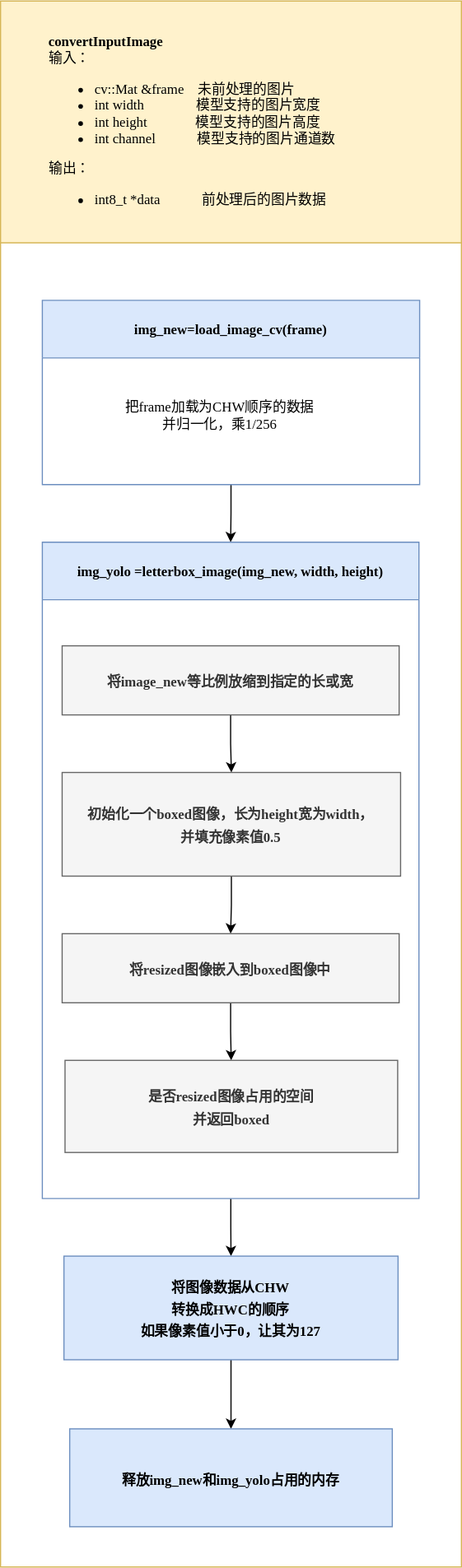
This is convertInputImage.svg from jerly-hjzhou/flowchart, a draw.io export, as it was before one commit. Source tidied: cells renumbered, new cells last; positions are measured from the earlier drawing's top-left corner, leaving out a move shared by most shapes.
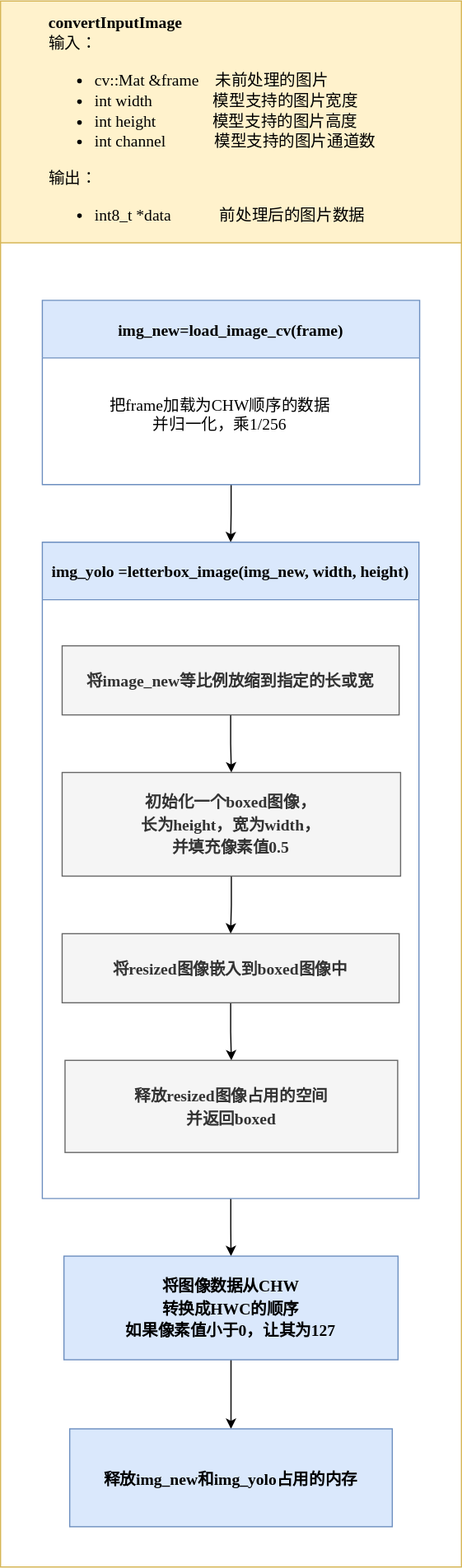
Later version of the same file.

Change to the diagram source:
```diff
@@ -8,49 +8,49 @@
     <mxCell id="3" style="edgeStyle=orthogonalEdgeStyle;rounded=0;jettySize=auto;html=1;entryX=0.5;entryY=0;entryDx=0;entryDy=0;" parent="2" edge="1" source="4" target="8">
       <mxGeometry relative="1" as="geometry" />
     </mxCell>
-    <mxCell id="4" value="img_new=load_image_cv(frame)" style="swimlane;fontFamily=Times New Roman;fontSize=12;startSize=50;fillColor=#dae8fc;strokeColor=#6c8ebf;" parent="2" vertex="1">
+    <mxCell id="4" value="img_new=load_image_cv(frame)" style="swimlane;fontFamily=Times New Roman;fontSize=14;startSize=50;fillColor=#dae8fc;strokeColor=#6c8ebf;" parent="2" vertex="1">
       <mxGeometry x="36.2" y="260" width="327.5" height="160" as="geometry" />
     </mxCell>
-    <mxCell id="5" value="&lt;font face=&quot;Times New Roman&quot; style=&quot;font-size: 12px;&quot;&gt;把frame加载为CHW顺序的数据&lt;br&gt;并归一化，乘1/256&lt;/font&gt;" style="text;html=1;align=center;verticalAlign=middle;strokeColor=none;fillColor=none;" parent="4" vertex="1">
-      <mxGeometry x="58.8" y="80" width="190" height="40" as="geometry" />
+    <mxCell id="5" value="&lt;font face=&quot;Times New Roman&quot; style=&quot;font-size: 14px;&quot;&gt;把frame加载为CHW顺序的数据&lt;br&gt;并归一化，乘1/256&lt;/font&gt;" style="text;html=1;align=center;verticalAlign=middle;strokeColor=none;fillColor=none;" parent="4" vertex="1">
+      <mxGeometry x="48.8" y="75" width="210" height="50" as="geometry" />
     </mxCell>
-    <mxCell id="6" value="&lt;div style=&quot;&quot;&gt;&lt;font style=&quot;font-size: 12px;&quot; face=&quot;Times New Roman&quot;&gt;&lt;b style=&quot;&quot;&gt;convertInputImage&lt;/b&gt;&lt;/font&gt;&lt;/div&gt;&lt;div style=&quot;&quot;&gt;&lt;font style=&quot;font-size: 12px;&quot; face=&quot;Times New Roman&quot;&gt;输入：&lt;/font&gt;&lt;/div&gt;&lt;div style=&quot;&quot;&gt;&lt;ul style=&quot;&quot;&gt;&lt;li&gt;&lt;font style=&quot;font-size: 12px;&quot; face=&quot;Times New Roman&quot;&gt;cv::Mat &amp;amp;frame&amp;nbsp; &amp;nbsp; 未前处理的图片&lt;/font&gt;&lt;/li&gt;&lt;li&gt;&lt;font style=&quot;font-size: 12px;&quot; face=&quot;Times New Roman&quot;&gt;int width&amp;nbsp; &amp;nbsp; &amp;nbsp; &amp;nbsp; &amp;nbsp; &amp;nbsp; &amp;nbsp; &amp;nbsp;模型支持的图片宽度&lt;/font&gt;&lt;/li&gt;&lt;li&gt;&lt;font style=&quot;font-size: 12px;&quot;&gt;&lt;font style=&quot;font-size: 12px;&quot; face=&quot;Times New Roman&quot;&gt;int height&amp;nbsp; &amp;nbsp; &amp;nbsp; &amp;nbsp; &amp;nbsp; &amp;nbsp; &amp;nbsp;&amp;nbsp;&lt;/font&gt;模型支持的图片高度&lt;/font&gt;&lt;/li&gt;&lt;li&gt;&lt;font style=&quot;font-size: 12px;&quot;&gt;&lt;font style=&quot;font-size: 12px;&quot; face=&quot;Times New Roman&quot;&gt;int channel&amp;nbsp; &amp;nbsp; &amp;nbsp; &amp;nbsp; &amp;nbsp; &amp;nbsp; &lt;/font&gt;模型支持的图片通道数&lt;/font&gt;&lt;/li&gt;&lt;/ul&gt;&lt;div style=&quot;&quot;&gt;&lt;font style=&quot;font-size: 12px;&quot; face=&quot;Times New Roman&quot;&gt;输出：&lt;/font&gt;&lt;/div&gt;&lt;div style=&quot;&quot;&gt;&lt;ul style=&quot;&quot;&gt;&lt;li style=&quot;&quot;&gt;&lt;font style=&quot;font-size: 12px;&quot; face=&quot;Times New Roman&quot;&gt;int8_t *data&amp;nbsp; &amp;nbsp; &amp;nbsp; &amp;nbsp; &amp;nbsp; &amp;nbsp; 前处理后的图片数据&lt;/font&gt;&lt;/li&gt;&lt;/ul&gt;&lt;/div&gt;&lt;/div&gt;" style="text;html=1;strokeColor=none;fillColor=none;align=left;verticalAlign=middle;whiteSpace=wrap;rounded=0;" parent="2" vertex="1">
+    <mxCell id="6" value="&lt;div style=&quot;font-size: 14px;&quot;&gt;&lt;font style=&quot;font-size: 14px;&quot; face=&quot;Times New Roman&quot;&gt;&lt;b style=&quot;&quot;&gt;convertInputImage&lt;/b&gt;&lt;/font&gt;&lt;/div&gt;&lt;div style=&quot;font-size: 14px;&quot;&gt;&lt;font style=&quot;font-size: 14px;&quot; face=&quot;Times New Roman&quot;&gt;输入：&lt;/font&gt;&lt;/div&gt;&lt;div style=&quot;font-size: 14px;&quot;&gt;&lt;ul style=&quot;&quot;&gt;&lt;li&gt;&lt;font style=&quot;font-size: 14px;&quot; face=&quot;Times New Roman&quot;&gt;cv::Mat &amp;amp;frame&amp;nbsp; &amp;nbsp; 未前处理的图片&lt;/font&gt;&lt;/li&gt;&lt;li&gt;&lt;font style=&quot;font-size: 14px;&quot; face=&quot;Times New Roman&quot;&gt;int width&amp;nbsp; &amp;nbsp; &amp;nbsp; &amp;nbsp; &amp;nbsp; &amp;nbsp; &amp;nbsp; &amp;nbsp;模型支持的图片宽度&lt;/font&gt;&lt;/li&gt;&lt;li&gt;&lt;font style=&quot;font-size: 14px;&quot;&gt;&lt;font style=&quot;font-size: 14px;&quot; face=&quot;Times New Roman&quot;&gt;int height&amp;nbsp; &amp;nbsp; &amp;nbsp; &amp;nbsp; &amp;nbsp; &amp;nbsp; &amp;nbsp;&amp;nbsp;&lt;/font&gt;模型支持的图片高度&lt;/font&gt;&lt;/li&gt;&lt;li&gt;&lt;font style=&quot;font-size: 14px;&quot;&gt;&lt;font style=&quot;font-size: 14px;&quot; face=&quot;Times New Roman&quot;&gt;int channel&amp;nbsp; &amp;nbsp; &amp;nbsp; &amp;nbsp; &amp;nbsp; &amp;nbsp; &lt;/font&gt;模型支持的图片通道数&lt;/font&gt;&lt;/li&gt;&lt;/ul&gt;&lt;div style=&quot;&quot;&gt;&lt;font style=&quot;font-size: 14px;&quot; face=&quot;Times New Roman&quot;&gt;输出：&lt;/font&gt;&lt;/div&gt;&lt;div style=&quot;&quot;&gt;&lt;ul style=&quot;&quot;&gt;&lt;li style=&quot;&quot;&gt;&lt;font style=&quot;font-size: 14px;&quot; face=&quot;Times New Roman&quot;&gt;int8_t *data&amp;nbsp; &amp;nbsp; &amp;nbsp; &amp;nbsp; &amp;nbsp; &amp;nbsp; 前处理后的图片数据&lt;/font&gt;&lt;/li&gt;&lt;/ul&gt;&lt;/div&gt;&lt;/div&gt;" style="text;html=1;strokeColor=none;fillColor=none;align=left;verticalAlign=middle;whiteSpace=wrap;rounded=0;" parent="2" vertex="1">
       <mxGeometry x="40" y="20" width="300" height="180" as="geometry" />
     </mxCell>
     <mxCell id="7" style="edgeStyle=orthogonalEdgeStyle;rounded=0;jettySize=auto;html=1;" parent="2" edge="1" source="8" target="17">
       <mxGeometry relative="1" as="geometry" />
     </mxCell>
-    <mxCell id="8" value="img_yolo =letterbox_image(img_new, width, height)" style="swimlane;fontFamily=Times New Roman;fontSize=12;startSize=50;fillColor=#dae8fc;strokeColor=#6c8ebf;" parent="2" vertex="1">
+    <mxCell id="8" value="img_yolo =letterbox_image(img_new, width, height)" style="swimlane;fontFamily=Times New Roman;fontSize=14;startSize=50;fillColor=#dae8fc;strokeColor=#6c8ebf;" parent="2" vertex="1">
       <mxGeometry x="36.2" y="470" width="326.9" height="570" as="geometry" />
     </mxCell>
     <mxCell id="9" style="edgeStyle=orthogonalEdgeStyle;rounded=0;jettySize=auto;html=1;" parent="8" edge="1" source="10" target="12">
       <mxGeometry relative="1" as="geometry" />
     </mxCell>
-    <mxCell id="10" value="&lt;font style=&quot;font-size: 12px;&quot;&gt;将image_new等比例放缩到指定的长或宽&lt;/font&gt;" style="whiteSpace=wrap;html=1;fontSize=16;fontFamily=Times New Roman;fillColor=#f5f5f5;strokeColor=#666666;fontStyle=1;startSize=50;fontColor=#333333;" parent="8" vertex="1">
+    <mxCell id="10" value="&lt;font style=&quot;font-size: 14px;&quot;&gt;将image_new等比例放缩到指定的长或宽&lt;/font&gt;" style="whiteSpace=wrap;html=1;fontSize=16;fontFamily=Times New Roman;fillColor=#f5f5f5;strokeColor=#666666;fontStyle=1;startSize=50;fontColor=#333333;" parent="8" vertex="1">
       <mxGeometry x="17.2" y="90" width="292.5" height="60" as="geometry" />
     </mxCell>
     <mxCell id="11" style="edgeStyle=orthogonalEdgeStyle;rounded=0;jettySize=auto;html=1;" parent="8" edge="1" source="12" target="14">
       <mxGeometry relative="1" as="geometry" />
     </mxCell>
-    <mxCell id="12" value="&lt;font style=&quot;font-size: 12px;&quot;&gt;初始化一个boxed图像，长为height宽为width，&lt;br&gt;并填充像素值0.5&lt;/font&gt;" style="whiteSpace=wrap;html=1;fontSize=16;fontFamily=Times New Roman;fillColor=#f5f5f5;strokeColor=#666666;fontStyle=1;startSize=50;fontColor=#333333;" parent="8" vertex="1">
+    <mxCell id="12" value="&lt;font style=&quot;font-size: 14px;&quot;&gt;初始化一个boxed图像，&lt;br&gt;长为height，宽为width，&lt;br&gt;并填充像素值0.5&lt;/font&gt;" style="whiteSpace=wrap;html=1;fontSize=16;fontFamily=Times New Roman;fillColor=#f5f5f5;strokeColor=#666666;fontStyle=1;startSize=50;fontColor=#333333;" parent="8" vertex="1">
       <mxGeometry x="17.2" y="200" width="293.8" height="90" as="geometry" />
     </mxCell>
     <mxCell id="13" style="edgeStyle=orthogonalEdgeStyle;rounded=0;jettySize=auto;html=1;" parent="8" edge="1" source="14" target="15">
       <mxGeometry relative="1" as="geometry" />
     </mxCell>
-    <mxCell id="14" value="&lt;font style=&quot;font-size: 12px;&quot;&gt;将resized图像嵌入到boxed图像中&lt;/font&gt;" style="whiteSpace=wrap;html=1;fontSize=16;fontFamily=Times New Roman;fillColor=#f5f5f5;strokeColor=#666666;fontStyle=1;startSize=50;fontColor=#333333;" parent="8" vertex="1">
+    <mxCell id="14" value="&lt;font style=&quot;font-size: 14px;&quot;&gt;将resized图像嵌入到boxed图像中&lt;/font&gt;" style="whiteSpace=wrap;html=1;fontSize=16;fontFamily=Times New Roman;fillColor=#f5f5f5;strokeColor=#666666;fontStyle=1;startSize=50;fontColor=#333333;" parent="8" vertex="1">
       <mxGeometry x="17.2" y="340" width="292.5" height="60" as="geometry" />
     </mxCell>
-    <mxCell id="15" value="&lt;font style=&quot;font-size: 12px;&quot;&gt;是否resized图像占用的空间&lt;br&gt;并返回boxed&lt;/font&gt;" style="whiteSpace=wrap;html=1;fontSize=16;fontFamily=Times New Roman;fillColor=#f5f5f5;strokeColor=#666666;fontStyle=1;startSize=50;fontColor=#333333;" parent="8" vertex="1">
+    <mxCell id="15" value="&lt;font style=&quot;font-size: 14px;&quot;&gt;释放resized图像占用的空间&lt;br&gt;并返回boxed&lt;/font&gt;" style="whiteSpace=wrap;html=1;fontSize=16;fontFamily=Times New Roman;fillColor=#f5f5f5;strokeColor=#666666;fontStyle=1;startSize=50;fontColor=#333333;" parent="8" vertex="1">
       <mxGeometry x="19.7" y="450" width="288.7" height="80" as="geometry" />
     </mxCell>
     <mxCell id="16" style="edgeStyle=orthogonalEdgeStyle;rounded=0;jettySize=auto;html=1;" parent="2" edge="1" source="17" target="18">
       <mxGeometry relative="1" as="geometry" />
     </mxCell>
-    <mxCell id="17" value="&lt;font style=&quot;font-size: 12px;&quot;&gt;将图像数据从CHW&lt;br&gt;转换成HWC的顺序&lt;br&gt;如果像素值小于0，让其为127&lt;/font&gt;" style="whiteSpace=wrap;html=1;fontSize=16;fontFamily=Times New Roman;fillColor=#dae8fc;strokeColor=#6c8ebf;fontStyle=1;startSize=50;" parent="2" vertex="1">
+    <mxCell id="17" value="&lt;font style=&quot;font-size: 14px;&quot;&gt;将图像数据从CHW&lt;br&gt;转换成HWC的顺序&lt;br&gt;如果像素值小于0，让其为127&lt;/font&gt;" style="whiteSpace=wrap;html=1;fontSize=16;fontFamily=Times New Roman;fillColor=#dae8fc;strokeColor=#6c8ebf;fontStyle=1;startSize=50;" parent="2" vertex="1">
       <mxGeometry x="55" y="1090" width="290" height="90" as="geometry" />
     </mxCell>
-    <mxCell id="18" value="&lt;font style=&quot;font-size: 12px;&quot;&gt;释放img_new和img_yolo占用的内存&lt;/font&gt;" style="whiteSpace=wrap;html=1;fontSize=16;fontFamily=Times New Roman;fillColor=#dae8fc;strokeColor=#6c8ebf;fontStyle=1;startSize=50;" parent="2" vertex="1">
+    <mxCell id="18" value="&lt;font style=&quot;font-size: 14px;&quot;&gt;释放img_new和img_yolo占用的内存&lt;/font&gt;" style="whiteSpace=wrap;html=1;fontSize=16;fontFamily=Times New Roman;fillColor=#dae8fc;strokeColor=#6c8ebf;fontStyle=1;startSize=50;" parent="2" vertex="1">
       <mxGeometry x="60" y="1240" width="280" height="85" as="geometry" />
     </mxCell>
   </root>
```
